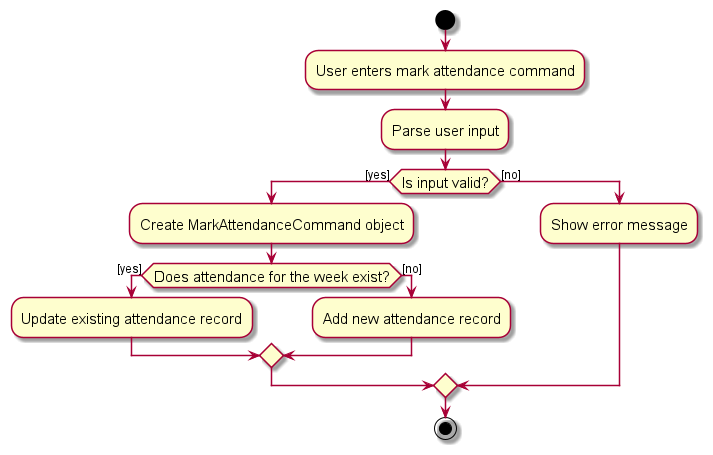
This is docs/images/MarkAttendanceActivityDiagram.png from nus-cs2103-AY2324S1/tp, a PlantUML export, as it was before one commit.
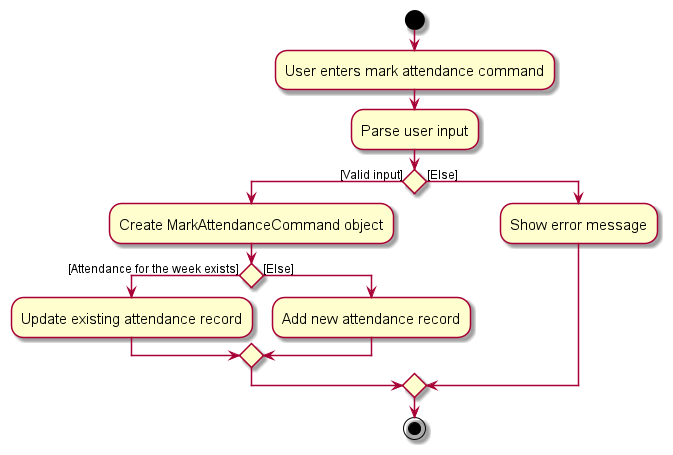
The same file after the commit.

Commit message:
Correct mark attendance diagram

The edit, as a diff of the source:
```diff
@@ -5,14 +5,14 @@
 start
 :User enters mark attendance command;
 :Parse user input;
-if (Is input valid?) then ([yes])
+if () then ([Valid input])
   :Create MarkAttendanceCommand object;
-  if (Does attendance for the week exist?) then ([yes])
+  if () then ([Attendance for the week exists])
     :Update existing attendance record;
-  else ([no])
+  else ([Else])
     :Add new attendance record;
   endif
-else ([no])
+else ([Else])
   :Show error message;
 endif
 stop
```
